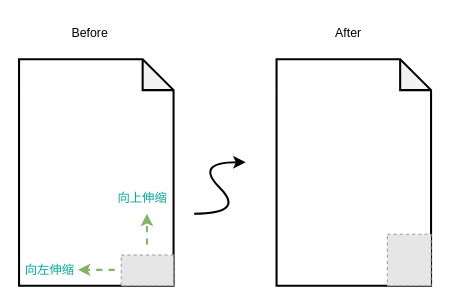
This is 4.drawio from ShawnTu/git-tutorial, a draw.io file, before an edit. Source tidied: cells renumbered, new cells numbered last; positions are measured from the earlier drawing's top-left corner, leaving out a move shared by most shapes. Both pictures are drawn from the tidied source at 103%, with x=0, y=0 at pixel (19, 18). Pictures stored in the file or linked from it are replaced by grey dashed boxes.
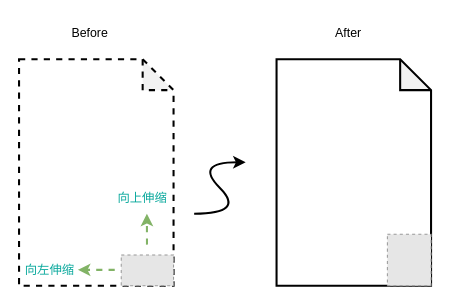
After the change.

Change to the diagram source:
```diff
@@
 <mxGraphModel>
   <root>
     <mxCell id="0" />
     <mxCell id="1" parent="0" />
-    <mxCell id="2" style="shape=note;whiteSpace=wrap;html=1;backgroundOutline=1;darkOpacity=0.05;strokeWidth=2;" parent="1" vertex="1">
+    <mxCell id="2" style="shape=note;whiteSpace=wrap;html=1;backgroundOutline=1;darkOpacity=0.05;strokeWidth=2;dashed=1;" parent="1" vertex="1">
       <mxGeometry y="40" width="150" height="220" as="geometry" />
     </mxCell>
     <mxCell id="3" style="shape=note;whiteSpace=wrap;html=1;backgroundOutline=1;darkOpacity=0.05;strokeWidth=2;" parent="1" vertex="1">
       <mxGeometry x="250" y="40" width="150" height="220" as="geometry" />
     </mxCell>
     <mxCell id="4" style="curved=1;endArrow=classic;html=1;rounded=0;strokeWidth=2;" parent="1" edge="1">
       <mxGeometry relative="1" as="geometry">
         <mxPoint x="170" y="190" as="sourcePoint" />
         <mxPoint x="220" y="140" as="targetPoint" />
         <Array as="points">
           <mxPoint x="220" y="190" />
           <mxPoint x="170" y="140" />
         </Array>
       </mxGeometry>
     </mxCell>
     <mxCell id="5" style="fillColor=#E6E6E6;strokeColor=#999999;dashed=1;verticalLabelPosition=bottom;labelBackgroundColor=default;verticalAlign=top;" parent="1" vertex="1">
       <mxGeometry x="99.2" y="230" width="50.8" height="30" as="geometry" />
     </mxCell>
     <mxCell id="6" style="endArrow=classic;html=1;rounded=0;strokeWidth=2;entryX=0.533;entryY=0.591;entryDx=0;entryDy=0;entryPerimeter=0;dashed=1;fillColor=#d5e8d4;strokeColor=#82b366;" parent="1" edge="1">
       <mxGeometry relative="1" as="geometry">
         <mxPoint x="124.2" y="220" as="sourcePoint" />
         <mxPoint x="124.1" y="190" as="targetPoint" />
       </mxGeometry>
     </mxCell>
     <mxCell id="7" style="fillColor=#E6E6E6;strokeColor=#999999;dashed=1;verticalLabelPosition=bottom;labelBackgroundColor=default;verticalAlign=top;" parent="1" vertex="1">
       <mxGeometry x="357.6" y="210" width="42.4" height="50" as="geometry" />
     </mxCell>
     <mxCell id="8" style="endArrow=classic;html=1;rounded=0;strokeWidth=2;dashed=1;fillColor=#d5e8d4;strokeColor=#82b366;" parent="1" edge="1">
       <mxGeometry relative="1" as="geometry">
         <mxPoint x="92.9" y="244.5" as="sourcePoint" />
         <mxPoint x="57.1" y="244.5" as="targetPoint" />
       </mxGeometry>
     </mxCell>
     <mxCell id="9" value="&lt;font color=&quot;#08a89c&quot;&gt;向上伸缩&lt;/font&gt;" style="text;html=1;strokeColor=none;fillColor=none;align=center;verticalAlign=middle;whiteSpace=wrap;rounded=0;" parent="1" vertex="1">
       <mxGeometry x="90" y="160" width="60" height="30" as="geometry" />
     </mxCell>
     <mxCell id="10" value="&lt;font color=&quot;#08a89c&quot;&gt;向左伸缩&lt;/font&gt;" style="text;html=1;strokeColor=none;fillColor=none;align=center;verticalAlign=middle;whiteSpace=wrap;rounded=0;" parent="1" vertex="1">
       <mxGeometry y="230" width="60" height="30" as="geometry" />
     </mxCell>
     <mxCell id="11" value="&lt;font color=&quot;#000000&quot;&gt;Before&lt;/font&gt;" style="text;html=1;strokeColor=none;fillColor=none;align=center;verticalAlign=middle;whiteSpace=wrap;rounded=0;fontColor=#08A89C;" parent="1" vertex="1">
       <mxGeometry x="39" width="60" height="30" as="geometry" />
     </mxCell>
     <mxCell id="12" value="&lt;font color=&quot;#000000&quot;&gt;After&lt;/font&gt;" style="text;html=1;strokeColor=none;fillColor=none;align=center;verticalAlign=middle;whiteSpace=wrap;rounded=0;fontColor=#08A89C;" parent="1" vertex="1">
       <mxGeometry x="290" width="60" height="30" as="geometry" />
     </mxCell>
   </root>
 </mxGraphModel>
```
